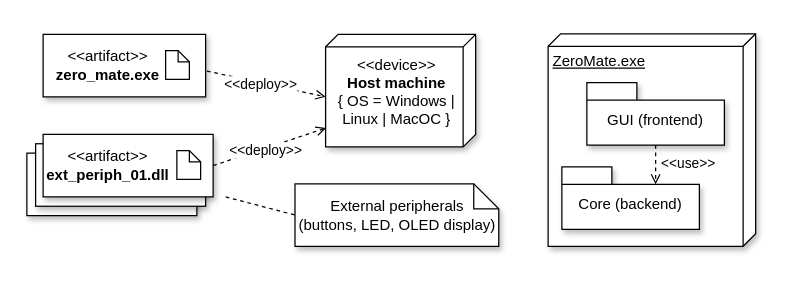
Above: docs/diagrams/deployment_diagram.drawio in silhavyj/ZeroMate (draw.io), before the change. Source tidied: cells renumbered, new cells numbered last; positions are measured from the earlier drawing's top-left corner, leaving out a move shared by most shapes. Both pictures are drawn from the tidied source at 125%, with x=0, y=0 at pixel (26, 34).
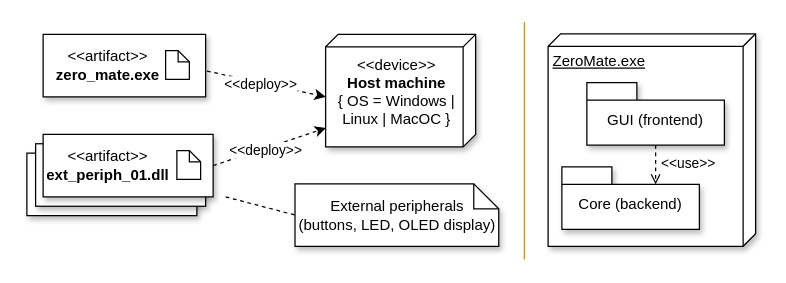
Above is the later version.

The change refers to these unchanged cells:
```xml
<mxCell id="5" style="verticalAlign=top;align=left;spacingTop=8;spacingLeft=2;spacingRight=12;shape=cube;size=10;direction=south;fontStyle=4;html=1;whiteSpace=wrap;shadow=1;" parent="1" vertex="1">
  <mxGeometry x="239" width="120" height="90" as="geometry" />
</mxCell>
<mxCell id="7" style="rounded=0;whiteSpace=wrap;html=1;shadow=1;" parent="1" vertex="1">
  <mxGeometry x="13" width="130" height="50" as="geometry" />
</mxCell>
<mxCell id="12" style="rounded=0;whiteSpace=wrap;html=1;shadow=1;" parent="1" vertex="1">
  <mxGeometry x="13" y="80" width="136" height="50" as="geometry" />
</mxCell>
```

Diff of the diagram source:
```diff
@@
-    <mxCell id="10" style="endArrow=open;html=1;rounded=0;entryX=0;entryY=0;entryDx=50;entryDy=120;entryPerimeter=0;exitX=1.008;exitY=0.587;exitDx=0;exitDy=0;exitPerimeter=0;dashed=1;endFill=0;" parent="1" edge="1" source="7" target="5">
+    <mxCell id="10" style="endArrow=classic;html=1;rounded=0;entryX=0;entryY=0;entryDx=50;entryDy=120;entryPerimeter=0;exitX=1.008;exitY=0.587;exitDx=0;exitDy=0;exitPerimeter=0;dashed=1;" parent="1" edge="1" source="7" target="5">
       <mxGeometry relative="1" as="geometry" />
     </mxCell>
@@
-    <mxCell id="15" style="endArrow=open;html=1;rounded=0;entryX=0.832;entryY=0.997;entryDx=0;entryDy=0;entryPerimeter=0;exitX=1;exitY=0.5;exitDx=0;exitDy=0;dashed=1;endFill=0;" parent="1" edge="1" source="12" target="5">
+    <mxCell id="15" style="endArrow=classic;html=1;rounded=0;entryX=0.832;entryY=0.997;entryDx=0;entryDy=0;entryPerimeter=0;exitX=1;exitY=0.5;exitDx=0;exitDy=0;dashed=1;" parent="1" edge="1" source="12" target="5">
       <mxGeometry relative="1" as="geometry" />
     </mxCell>
@@
+    <mxCell id="23" style="endArrow=none;html=1;rounded=0;strokeColor=#ca9230;" parent="1" edge="1">
+      <mxGeometry relative="1" as="geometry">
+        <mxPoint x="398" y="180" as="sourcePoint" />
+        <mxPoint x="398" y="-10" as="targetPoint" />
+      </mxGeometry>
+    </mxCell>
```
